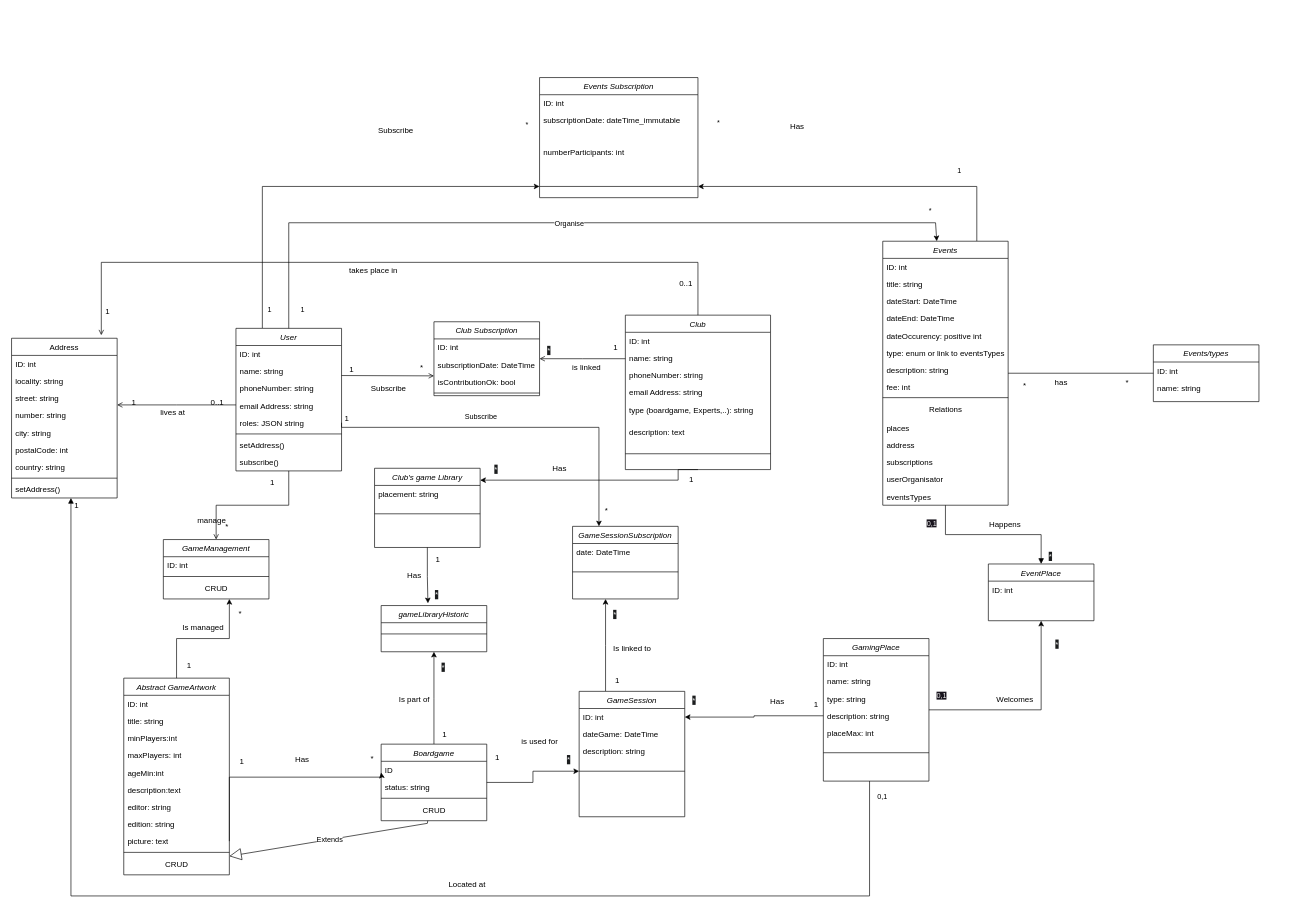
Earlier version of the draw.io diagram doc/diagrammes/analyseUML.drawio (Dj3ni/I3_ProjetSymphony). Source tidied: cells renumbered, new cells numbered last; positions are measured from the earlier drawing's top-left corner, leaving out a move shared by most shapes. Both pictures are drawn from the tidied source at 66%, with x=0, y=0 at pixel (11, 77).
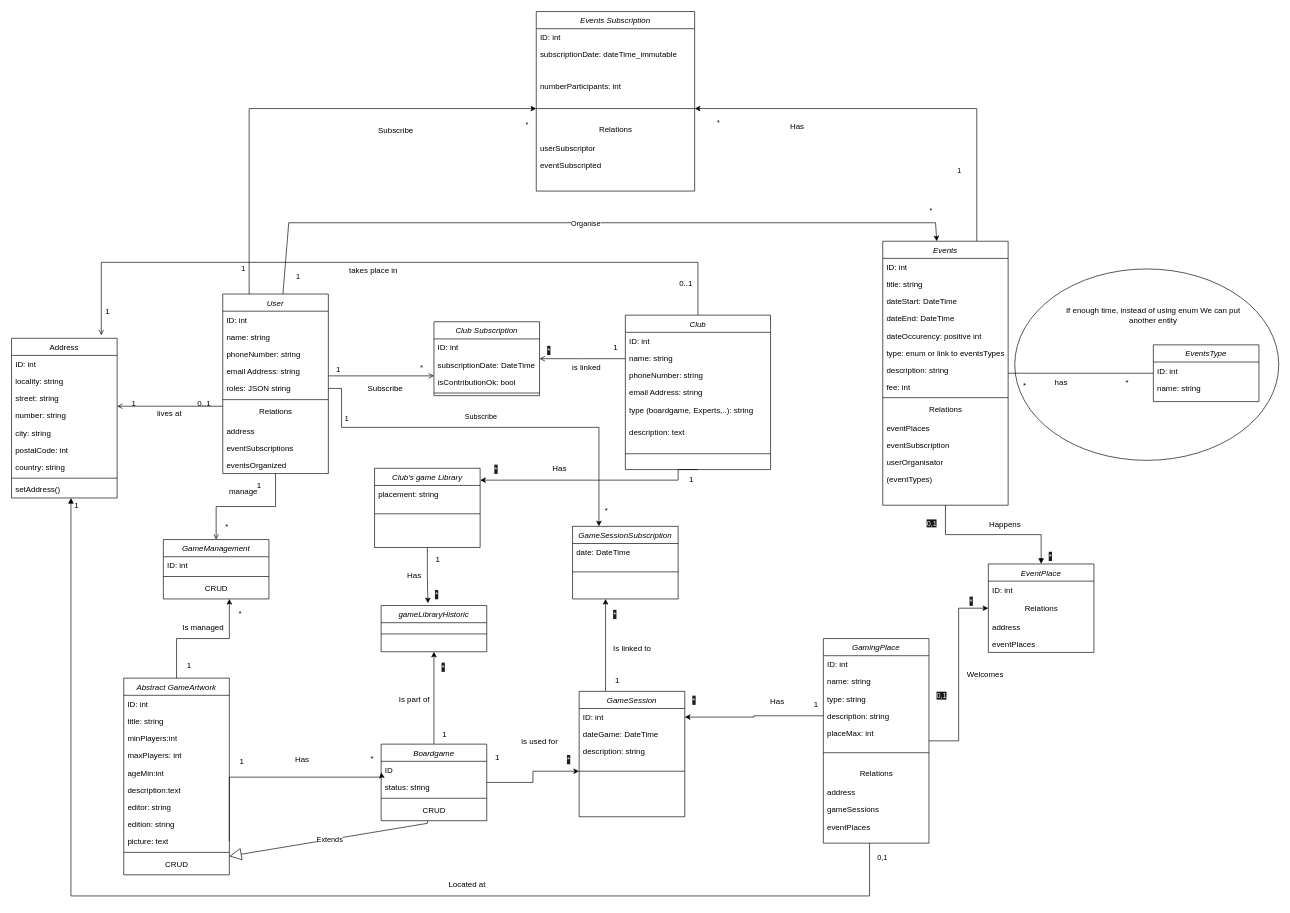
Above is the later version.

Commit message (it also covers changes not shown here):
update UML + fixtures event and user with new relation one to many for organisation

Unchanged cells that the change refers to:
```xml
<mxCell id="2" style="edgeStyle=orthogonalEdgeStyle;rounded=0;jettySize=auto;html=1;exitX=0.25;exitY=0;exitDx=0;exitDy=0;" parent="1" edge="1" source="3" target="88">
  <mxGeometry relative="1" as="geometry" />
</mxCell>
<mxCell id="26" value="Club Subscription" style="swimlane;fontStyle=2;align=center;verticalAlign=top;horizontal=1;startSize=26;rounded=0;shadow=0;strokeWidth=1;" parent="1" vertex="1">
  <mxGeometry x="640" y="370" width="160" height="112" as="geometry" />
</mxCell>
<mxCell id="64" value="Events" style="swimlane;fontStyle=2;align=center;verticalAlign=top;horizontal=1;startSize=26;rounded=0;shadow=0;strokeWidth=1;" parent="1" vertex="1">
  <mxGeometry x="1320" y="248" width="190" height="400" as="geometry" />
</mxCell>
```

Change to the diagram source:
```diff
@@
+    <mxCell id="90" value="1" style="edgeLabel;html=1;align=center;verticalAlign=middle;" parent="2" vertex="1">
+      <mxGeometry x="-0.88" y="2" relative="1" as="geometry">
+        <mxPoint x="-8" y="4" as="offset" />
+      </mxGeometry>
+    </mxCell>
     <mxCell id="3" value="User" style="swimlane;fontStyle=2;align=center;verticalAlign=top;horizontal=1;startSize=26;rounded=0;shadow=0;strokeWidth=1;" parent="1" vertex="1">
-      <mxGeometry x="340" y="380" width="160" height="216" as="geometry" />
+      <mxGeometry x="320" y="328" width="160" height="272" as="geometry" />
     </mxCell>
@@
-    <mxCell id="10" value="setAddress()" style="text;align=left;verticalAlign=top;spacingLeft=4;spacingRight=4;overflow=hidden;rounded=0;shadow=0;html=0;" parent="3" vertex="1">
-      <mxGeometry y="164" width="160" height="26" as="geometry" />
-    </mxCell>
-    <mxCell id="11" value="subscribe()" style="text;align=left;verticalAlign=top;spacingLeft=4;spacingRight=4;overflow=hidden;rounded=0;shadow=0;html=0;" parent="3" vertex="1">
-      <mxGeometry y="190" width="160" height="26" as="geometry" />
-    </mxCell>
+    <mxCell id="187" value="Relations" style="text;html=1;align=center;verticalAlign=middle;strokeColor=none;fillColor=none;" parent="3" vertex="1">
+      <mxGeometry y="164" width="160" height="30" as="geometry" />
+    </mxCell>
+    <mxCell id="188" value="address" style="text;align=left;verticalAlign=top;spacingLeft=4;spacingRight=4;overflow=hidden;" parent="3" vertex="1">
+      <mxGeometry y="194" width="160" height="26" as="geometry" />
+    </mxCell>
+    <mxCell id="189" value="eventSubscriptions" style="text;align=left;verticalAlign=top;spacingLeft=4;spacingRight=4;overflow=hidden;" parent="3" vertex="1">
+      <mxGeometry y="220" width="160" height="26" as="geometry" />
+    </mxCell>
+    <mxCell id="190" value="eventsOrganized" style="text;align=left;verticalAlign=top;spacingLeft=4;spacingRight=4;overflow=hidden;" parent="3" vertex="1">
+      <mxGeometry y="246" width="160" height="26" as="geometry" />
+    </mxCell>
@@
-    <mxCell id="29" style="endArrow=open;shadow=0;strokeWidth=1;rounded=0;curved=0;endFill=1;edgeStyle=elbowEdgeStyle;elbow=vertical;" parent="26" edge="1">
+    <mxCell id="29" style="endArrow=open;shadow=0;strokeWidth=1;rounded=0;curved=0;endFill=1;edgeStyle=elbowEdgeStyle;elbow=vertical;" parent="26" edge="1" source="3">
       <mxGeometry x="0.5" y="41" relative="1" as="geometry">
-        <mxPoint x="-140" y="81.5" as="sourcePoint" />
         <mxPoint y="81.5" as="targetPoint" />
         <mxPoint x="-40" y="32" as="offset" />
       </mxGeometry>
     </mxCell>
@@
-    <mxCell id="75" value="places" style="text;align=left;verticalAlign=top;spacingLeft=4;spacingRight=4;overflow=hidden;" parent="64" vertex="1">
+    <mxCell id="75" value="eventPlaces" style="text;align=left;verticalAlign=top;spacingLeft=4;spacingRight=4;overflow=hidden;" parent="64" vertex="1">
       <mxGeometry y="270" width="190" height="26" as="geometry" />
     </mxCell>
-    <mxCell id="76" value="address" style="text;align=left;verticalAlign=top;spacingLeft=4;spacingRight=4;overflow=hidden;" parent="64" vertex="1">
-      <mxGeometry y="296" width="190" height="26" as="geometry" />
-    </mxCell>
-    <mxCell id="77" value="subscriptions" style="text;align=left;verticalAlign=top;spacingLeft=4;spacingRight=4;overflow=hidden;" parent="64" vertex="1">
-      <mxGeometry y="322" width="190" height="26" as="geometry" />
+    <mxCell id="77" value="eventSubscription" style="text;align=left;verticalAlign=top;spacingLeft=4;spacingRight=4;overflow=hidden;" parent="64" vertex="1">
+      <mxGeometry y="296" width="190" height="26" as="geometry" />
     </mxCell>
     <mxCell id="78" value="userOrganisator" style="text;align=left;verticalAlign=top;spacingLeft=4;spacingRight=4;overflow=hidden;" parent="64" vertex="1">
-      <mxGeometry y="348" width="190" height="26" as="geometry" />
+      <mxGeometry y="322" width="190" height="26" as="geometry" />
     </mxCell>
-    <mxCell id="79" value="eventsTypes" style="text;align=left;verticalAlign=top;spacingLeft=4;spacingRight=4;overflow=hidden;" parent="64" vertex="1">
-      <mxGeometry y="374" width="190" height="26" as="geometry" />
+    <mxCell id="79" value="(eventTypes)" style="text;align=left;verticalAlign=top;spacingLeft=4;spacingRight=4;overflow=hidden;" parent="64" vertex="1">
+      <mxGeometry y="348" width="190" height="26" as="geometry" />
     </mxCell>
@@
     <mxCell id="84" value="Events Subscription" style="swimlane;fontStyle=2;align=center;verticalAlign=top;horizontal=1;startSize=26;rounded=0;shadow=0;strokeWidth=1;" parent="1" vertex="1">
-      <mxGeometry x="800" width="240" height="182" as="geometry" />
+      <mxGeometry x="795" y="-100" width="240" height="272" as="geometry" />
     </mxCell>
@@
     <mxCell id="87" value="numberParticipants: int" style="text;align=left;verticalAlign=top;spacingLeft=4;spacingRight=4;overflow=hidden;" parent="84" vertex="1">
-      <mxGeometry y="100" width="240" height="48" as="geometry" />
+      <mxGeometry y="100" width="240" height="30" as="geometry" />
     </mxCell>
     <mxCell id="88" style="line;html=1;strokeWidth=1;align=left;verticalAlign=middle;spacingTop=-1;spacingLeft=3;spacingRight=3;labelPosition=right;points=[];portConstraint=eastwest;" parent="84" vertex="1">
-      <mxGeometry y="148" width="240" height="34" as="geometry" />
+      <mxGeometry y="130" width="240" height="34" as="geometry" />
     </mxCell>
+    <mxCell id="191" value="Relations" style="text;html=1;align=center;verticalAlign=middle;strokeColor=none;fillColor=none;" parent="84" vertex="1">
+      <mxGeometry y="164" width="240" height="30" as="geometry" />
+    </mxCell>
+    <mxCell id="192" value="userSubscriptor" style="text;align=left;verticalAlign=top;spacingLeft=4;spacingRight=4;overflow=hidden;" parent="84" vertex="1">
+      <mxGeometry y="194" width="240" height="26" as="geometry" />
+    </mxCell>
+    <mxCell id="193" value="eventSubscripted" style="text;align=left;verticalAlign=top;spacingLeft=4;spacingRight=4;overflow=hidden;" parent="84" vertex="1">
+      <mxGeometry y="220" width="240" height="26" as="geometry" />
+    </mxCell>
@@
-    <mxCell id="90" value="1" style="edgeLabel;html=1;align=center;verticalAlign=middle;" parent="1" vertex="1">
-      <mxGeometry x="390" y="350" as="geometry" />
-    </mxCell>
@@
     <mxCell id="122" value="GamingPlace" style="swimlane;fontStyle=2;align=center;verticalAlign=top;horizontal=1;startSize=26;rounded=0;shadow=0;strokeWidth=1;" parent="1" vertex="1">
-      <mxGeometry x="1230" y="850" width="160" height="216" as="geometry" />
+      <mxGeometry x="1230" y="850" width="160" height="310" as="geometry" />
     </mxCell>
@@
+    <mxCell id="194" value="Relations" style="text;html=1;align=center;verticalAlign=middle;strokeColor=none;fillColor=none;" parent="122" vertex="1">
+      <mxGeometry y="190" width="160" height="30" as="geometry" />
+    </mxCell>
+    <mxCell id="195" value="address" style="text;align=left;verticalAlign=top;spacingLeft=4;spacingRight=4;overflow=hidden;" parent="122" vertex="1">
+      <mxGeometry y="220" width="160" height="26" as="geometry" />
+    </mxCell>
+    <mxCell id="196" value="gameSessions" style="text;align=left;verticalAlign=top;spacingLeft=4;spacingRight=4;overflow=hidden;" parent="122" vertex="1">
+      <mxGeometry y="246" width="160" height="26" as="geometry" />
+    </mxCell>
+    <mxCell id="197" value="eventPlaces" style="text;align=left;verticalAlign=top;spacingLeft=4;spacingRight=4;overflow=hidden;" parent="122" vertex="1">
+      <mxGeometry y="272" width="160" height="26" as="geometry" />
+    </mxCell>
@@
     <mxCell id="131" value="&lt;span style=&quot;color: rgb(240, 240, 240); font-family: Helvetica; font-size: 12px; font-style: normal; font-variant-ligatures: normal; font-variant-caps: normal; font-weight: 400; letter-spacing: normal; orphans: 2; text-align: right; text-indent: 0px; text-transform: none; widows: 2; word-spacing: 0px; -webkit-text-stroke-width: 0px; white-space: nowrap; background-color: rgb(27, 29, 30); text-decoration-thickness: initial; text-decoration-style: initial; text-decoration-color: initial; display: inline !important; float: none;&quot;&gt;*&lt;/span&gt;" style="text;whiteSpace=wrap;html=1;" parent="1" vertex="1">
-      <mxGeometry x="1580" y="845" width="20" height="20" as="geometry" />
+      <mxGeometry x="1450" y="780" width="20" height="20" as="geometry" />
     </mxCell>
@@
-    <mxCell id="175" value="Events/types" style="swimlane;fontStyle=2;align=center;verticalAlign=top;horizontal=1;startSize=26;rounded=0;shadow=0;strokeWidth=1;" parent="1" vertex="1">
+    <mxCell id="175" value="EventsType" style="swimlane;fontStyle=2;align=center;verticalAlign=top;horizontal=1;startSize=26;rounded=0;shadow=0;strokeWidth=1;" parent="1" vertex="1">
       <mxGeometry x="1730" y="405" width="160" height="86" as="geometry" />
     </mxCell>
@@
     <mxCell id="182" value="EventPlace" style="swimlane;fontStyle=2;align=center;verticalAlign=top;horizontal=1;startSize=26;rounded=0;shadow=0;strokeWidth=1;" parent="1" vertex="1">
-      <mxGeometry x="1480" y="737" width="160" height="86" as="geometry" />
+      <mxGeometry x="1480" y="737" width="160" height="134" as="geometry" />
     </mxCell>
@@
+    <mxCell id="198" value="Relations" style="text;html=1;align=center;verticalAlign=middle;strokeColor=none;fillColor=none;" parent="182" vertex="1">
+      <mxGeometry y="52" width="160" height="30" as="geometry" />
+    </mxCell>
+    <mxCell id="199" value="address" style="text;align=left;verticalAlign=top;spacingLeft=4;spacingRight=4;overflow=hidden;" parent="182" vertex="1">
+      <mxGeometry y="82" width="160" height="26" as="geometry" />
+    </mxCell>
+    <mxCell id="200" value="eventPlaces" style="text;align=left;verticalAlign=top;spacingLeft=4;spacingRight=4;overflow=hidden;" parent="182" vertex="1">
+      <mxGeometry y="108" width="160" height="26" as="geometry" />
+    </mxCell>
@@
     <mxCell id="186" value="Welcomes" style="text;html=1;align=center;verticalAlign=middle;strokeColor=none;fillColor=none;" parent="1" vertex="1">
-      <mxGeometry x="1480" y="928" width="80" height="30" as="geometry" />
+      <mxGeometry x="1435" y="890" width="80" height="30" as="geometry" />
     </mxCell>
+    <mxCell id="201" style="ellipse;whiteSpace=wrap;html=1;fillStyle=dots;gradientColor=none;fillColor=none;" parent="1" vertex="1">
+      <mxGeometry x="1520" y="290" width="400" height="290" as="geometry" />
+    </mxCell>
+    <mxCell id="202" value="If enough time, instead of using enum We can put another entity" style="text;html=1;align=center;verticalAlign=middle;whiteSpace=wrap;rounded=0;" parent="1" vertex="1">
+      <mxGeometry x="1585" y="325" width="290" height="70" as="geometry" />
+    </mxCell>
```
